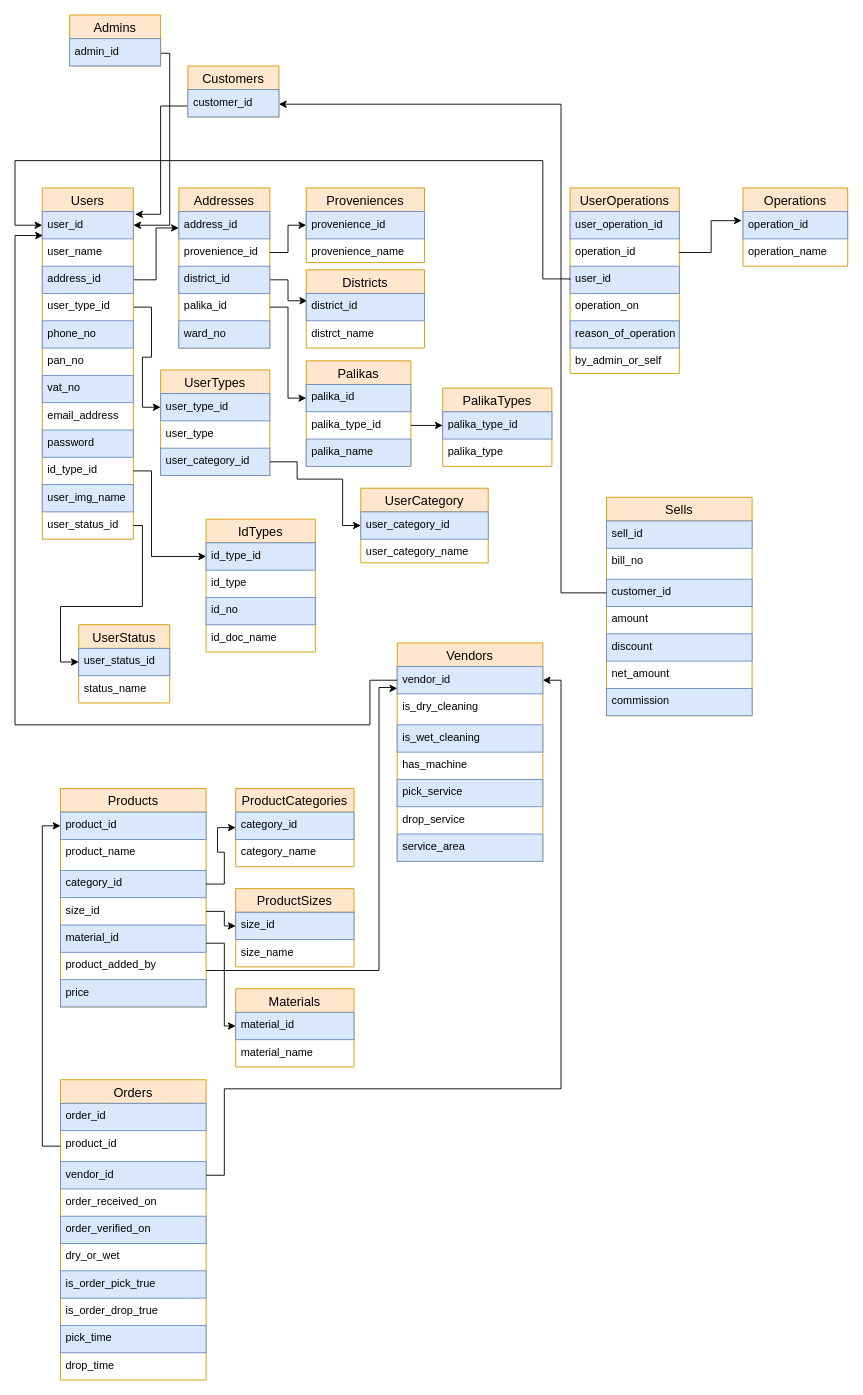
mebpin/Diagrams keeps this draw.io diagram as schema_CleanClean.drawio. Above is the earlier version. Source tidied: cells renumbered, new cells numbered last; positions are measured from the earlier drawing's top-left corner, leaving out a move shared by most shapes. Both pictures are drawn from the tidied source at 91%, with x=0, y=0 at pixel (15, 15).
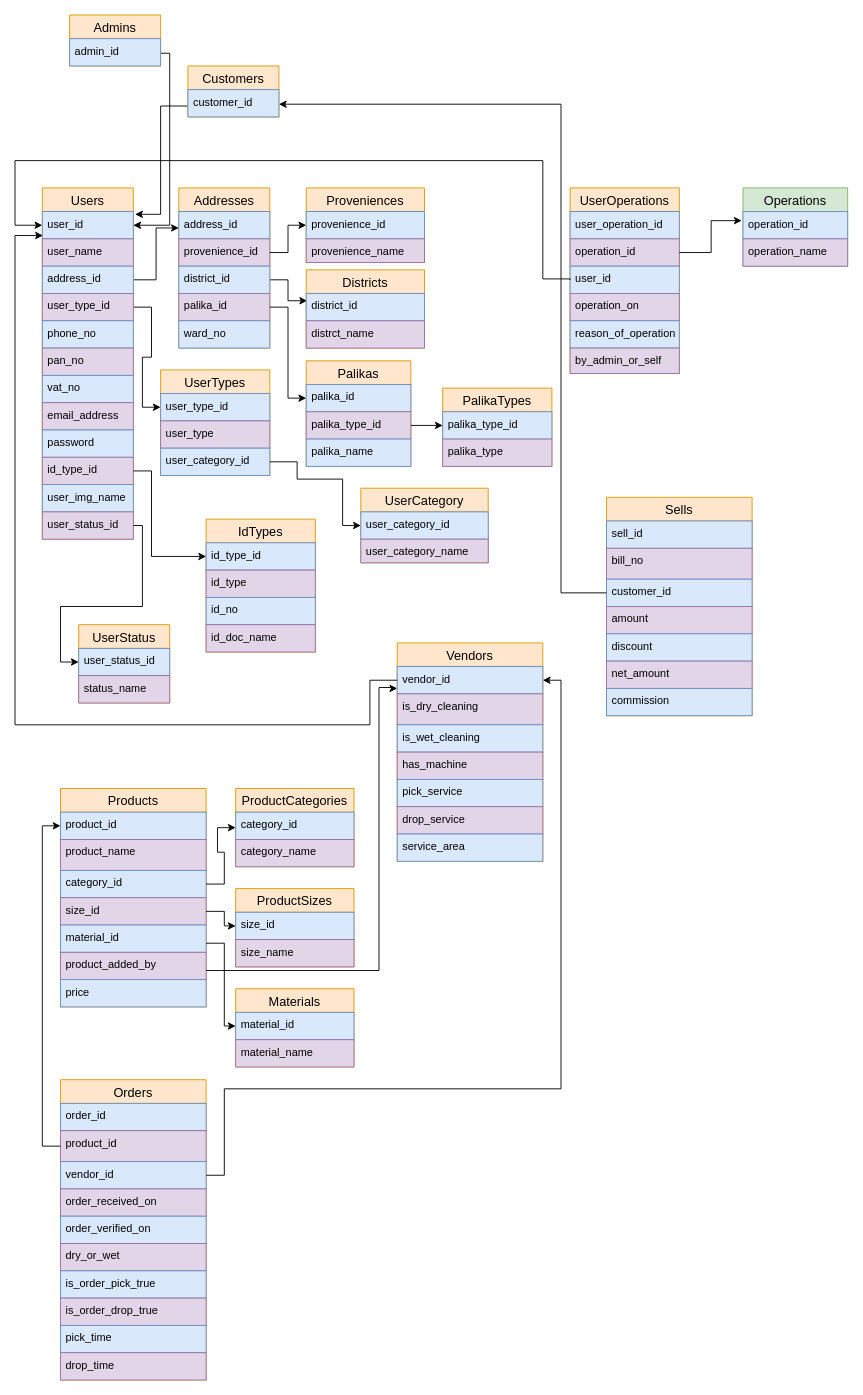
After the change.

Unchanged cells that the change refers to:
```xml
<mxCell id="4" value="Users" style="swimlane;fontStyle=0;horizontal=1;startSize=26;align=center;fontSize=14;fillColor=#ffe6cc;strokeColor=#d79b00;" parent="1" vertex="1">
  <mxGeometry x="30" y="190" width="100" height="386" as="geometry" />
</mxCell>
<mxCell id="17" value="UserTypes" style="swimlane;fontStyle=0;horizontal=1;startSize=26;align=center;fontSize=14;fillColor=#ffe6cc;strokeColor=#d79b00;" parent="1" vertex="1">
  <mxGeometry x="160" y="390" width="120" height="116" as="geometry" />
</mxCell>
<mxCell id="22" value="Addresses" style="swimlane;fontStyle=0;horizontal=1;startSize=26;align=center;fontSize=14;fillColor=#ffe6cc;strokeColor=#d79b00;" parent="1" vertex="1">
  <mxGeometry x="180" y="190" width="100" height="176" as="geometry" />
</mxCell>
<mxCell id="28" value="Palikas" style="swimlane;fontStyle=0;horizontal=1;startSize=26;align=center;fontSize=14;fillColor=#ffe6cc;strokeColor=#d79b00;" parent="1" vertex="1">
  <mxGeometry x="320" y="380" width="115" height="116" as="geometry" />
</mxCell>
<mxCell id="33" value="Districts" style="swimlane;fontStyle=0;horizontal=1;startSize=26;align=center;fontSize=14;fillColor=#ffe6cc;strokeColor=#d79b00;" parent="1" vertex="1">
  <mxGeometry x="320" y="280" width="130" height="86" as="geometry" />
</mxCell>
<mxCell id="36" value="Proveniences" style="swimlane;fontStyle=0;horizontal=1;startSize=26;align=center;fontSize=14;fillColor=#ffe6cc;strokeColor=#d79b00;" parent="1" vertex="1">
  <mxGeometry x="320" y="190" width="130" height="82" as="geometry" />
</mxCell>
<mxCell id="40" value="IdTypes" style="swimlane;fontStyle=0;horizontal=1;startSize=26;align=center;fontSize=14;fillColor=#ffe6cc;strokeColor=#d79b00;" parent="1" vertex="1">
  <mxGeometry x="210" y="554" width="120" height="146" as="geometry" />
</mxCell>
<mxCell id="45" value="PalikaTypes" style="swimlane;fontStyle=0;horizontal=1;startSize=26;align=center;fontSize=14;fillColor=#ffe6cc;strokeColor=#d79b00;" parent="1" vertex="1">
  <mxGeometry x="470" y="410" width="120" height="86" as="geometry" />
</mxCell>
<mxCell id="48" value="UserOperations" style="swimlane;fontStyle=0;horizontal=1;startSize=26;align=center;fontSize=14;fillColor=#ffe6cc;strokeColor=#d79b00;" parent="1" vertex="1">
  <mxGeometry x="610" y="190" width="120" height="204" as="geometry" />
</mxCell>
<mxCell id="55" value="UserStatus" style="swimlane;fontStyle=0;horizontal=1;startSize=26;align=center;fontSize=14;fillColor=#ffe6cc;strokeColor=#d79b00;" parent="1" vertex="1">
  <mxGeometry x="70" y="670" width="100" height="86" as="geometry" />
</mxCell>
<mxCell id="60" value="UserCategory" style="swimlane;fontStyle=0;horizontal=1;startSize=26;align=center;fontSize=14;fillColor=#ffe6cc;strokeColor=#d79b00;" parent="1" vertex="1">
  <mxGeometry x="380" y="520" width="140" height="82" as="geometry" />
</mxCell>
<mxCell id="67" value="Vendors" style="swimlane;fontStyle=0;horizontal=1;startSize=26;align=center;fontSize=14;fillColor=#ffe6cc;strokeColor=#d79b00;" parent="1" vertex="1">
  <mxGeometry x="420" y="690" width="160" height="240" as="geometry" />
</mxCell>
<mxCell id="80" value="Products" style="swimlane;fontStyle=0;horizontal=1;startSize=26;align=center;fontSize=14;fillColor=#ffe6cc;strokeColor=#d79b00;" parent="1" vertex="1">
  <mxGeometry x="50" y="850" width="160" height="240" as="geometry" />
</mxCell>
<mxCell id="88" value="ProductSizes" style="swimlane;fontStyle=0;horizontal=1;startSize=26;align=center;fontSize=14;fillColor=#ffe6cc;strokeColor=#d79b00;" parent="1" vertex="1">
  <mxGeometry x="242.5" y="960" width="130" height="86" as="geometry" />
</mxCell>
<mxCell id="91" value="ProductCategories" style="swimlane;fontStyle=0;horizontal=1;startSize=26;align=center;fontSize=14;fillColor=#ffe6cc;strokeColor=#d79b00;" parent="1" vertex="1">
  <mxGeometry x="242.5" y="850" width="130" height="86" as="geometry" />
</mxCell>
<mxCell id="96" value="Materials" style="swimlane;fontStyle=0;horizontal=1;startSize=26;align=center;fontSize=14;fillColor=#ffe6cc;strokeColor=#d79b00;" parent="1" vertex="1">
  <mxGeometry x="242.5" y="1070" width="130" height="86" as="geometry" />
</mxCell>
<mxCell id="101" value="Orders" style="swimlane;fontStyle=0;horizontal=1;startSize=26;align=center;fontSize=14;fillColor=#ffe6cc;strokeColor=#d79b00;" parent="1" vertex="1">
  <mxGeometry x="50" y="1170" width="160" height="330" as="geometry" />
</mxCell>
<mxCell id="120" value="Sells" style="swimlane;fontStyle=0;horizontal=1;startSize=26;align=center;fontSize=14;fillColor=#ffe6cc;strokeColor=#d79b00;" parent="1" vertex="1">
  <mxGeometry x="650" y="530" width="160" height="240" as="geometry" />
</mxCell>
```

What changed in the source:
```diff
@@
-    <mxCell id="6" value="user_name" style="text;spacingLeft=4;spacingRight=4;overflow=hidden;fontSize=12;fillStyle=auto;" parent="4" vertex="1">
+    <mxCell id="6" value="user_name" style="text;spacingLeft=4;spacingRight=4;overflow=hidden;fontSize=12;fillStyle=auto;fillColor=#e1d5e7;strokeColor=#9673a6;" parent="4" vertex="1">
       <mxGeometry y="56" width="100" height="30" as="geometry" />
     </mxCell>
@@
-    <mxCell id="8" value="user_type_id" style="text;strokeColor=none;fillColor=none;spacingLeft=4;spacingRight=4;overflow=hidden;points=[[0,0.5],[1,0.5]];portConstraint=eastwest;fontSize=12;" parent="4" vertex="1">
+    <mxCell id="8" value="user_type_id" style="text;strokeColor=#9673a6;fillColor=#e1d5e7;spacingLeft=4;spacingRight=4;overflow=hidden;points=[[0,0.5],[1,0.5]];portConstraint=eastwest;fontSize=12;" parent="4" vertex="1">
       <mxGeometry y="116" width="100" height="30" as="geometry" />
     </mxCell>
@@
-    <mxCell id="10" value="pan_no" style="text;spacingLeft=4;spacingRight=4;overflow=hidden;fontSize=12;" parent="4" vertex="1">
+    <mxCell id="10" value="pan_no" style="text;spacingLeft=4;spacingRight=4;overflow=hidden;fontSize=12;fillColor=#e1d5e7;strokeColor=#9673a6;" parent="4" vertex="1">
       <mxGeometry y="176" width="100" height="30" as="geometry" />
     </mxCell>
@@
-    <mxCell id="12" value="email_address" style="text;spacingLeft=4;spacingRight=4;overflow=hidden;fontSize=12;" parent="4" vertex="1">
+    <mxCell id="12" value="email_address" style="text;spacingLeft=4;spacingRight=4;overflow=hidden;fontSize=12;fillColor=#e1d5e7;strokeColor=#9673a6;" parent="4" vertex="1">
       <mxGeometry y="236" width="100" height="30" as="geometry" />
     </mxCell>
@@
-    <mxCell id="14" value="id_type_id" style="text;spacingLeft=4;spacingRight=4;overflow=hidden;points=[[0,0.5],[1,0.5]];portConstraint=eastwest;fontSize=12;" parent="4" vertex="1">
+    <mxCell id="14" value="id_type_id" style="text;spacingLeft=4;spacingRight=4;overflow=hidden;points=[[0,0.5],[1,0.5]];portConstraint=eastwest;fontSize=12;fillColor=#e1d5e7;strokeColor=#9673a6;" parent="4" vertex="1">
       <mxGeometry y="296" width="100" height="30" as="geometry" />
     </mxCell>
@@
-    <mxCell id="16" value="user_status_id" style="text;spacingLeft=4;spacingRight=4;overflow=hidden;points=[[0,0.5],[1,0.5]];portConstraint=eastwest;fontSize=12;" parent="4" vertex="1">
+    <mxCell id="16" value="user_status_id" style="text;spacingLeft=4;spacingRight=4;overflow=hidden;points=[[0,0.5],[1,0.5]];portConstraint=eastwest;fontSize=12;fillColor=#e1d5e7;strokeColor=#9673a6;" parent="4" vertex="1">
       <mxGeometry y="356" width="100" height="30" as="geometry" />
     </mxCell>
@@
-    <mxCell id="19" value="user_type" style="text;strokeColor=none;fillColor=none;spacingLeft=4;spacingRight=4;overflow=hidden;fontSize=12;" parent="17" vertex="1">
+    <mxCell id="19" value="user_type" style="text;strokeColor=#9673a6;fillColor=#e1d5e7;spacingLeft=4;spacingRight=4;overflow=hidden;fontSize=12;" parent="17" vertex="1">
       <mxGeometry y="56" width="120" height="30" as="geometry" />
     </mxCell>
@@
-    <mxCell id="24" value="provenience_id" style="text;strokeColor=none;fillColor=none;spacingLeft=4;spacingRight=4;overflow=hidden;points=[[0,0.5],[1,0.5]];portConstraint=eastwest;fontSize=12;" parent="22" vertex="1">
+    <mxCell id="24" value="provenience_id" style="text;strokeColor=#9673a6;fillColor=#e1d5e7;spacingLeft=4;spacingRight=4;overflow=hidden;points=[[0,0.5],[1,0.5]];portConstraint=eastwest;fontSize=12;" parent="22" vertex="1">
       <mxGeometry y="56" width="100" height="30" as="geometry" />
     </mxCell>
@@
-    <mxCell id="26" value="palika_id" style="text;spacingLeft=4;spacingRight=4;overflow=hidden;points=[[0,0.5],[1,0.5]];portConstraint=eastwest;fontSize=12;" parent="22" vertex="1">
+    <mxCell id="26" value="palika_id" style="text;spacingLeft=4;spacingRight=4;overflow=hidden;points=[[0,0.5],[1,0.5]];portConstraint=eastwest;fontSize=12;fillColor=#e1d5e7;strokeColor=#9673a6;" parent="22" vertex="1">
       <mxGeometry y="116" width="100" height="30" as="geometry" />
     </mxCell>
@@
-    <mxCell id="30" value="palika_type_id" style="text;strokeColor=none;fillColor=none;spacingLeft=4;spacingRight=4;overflow=hidden;points=[[0,0.5],[1,0.5]];portConstraint=eastwest;fontSize=12;" parent="28" vertex="1">
+    <mxCell id="30" value="palika_type_id" style="text;strokeColor=#9673a6;fillColor=#e1d5e7;spacingLeft=4;spacingRight=4;overflow=hidden;points=[[0,0.5],[1,0.5]];portConstraint=eastwest;fontSize=12;" parent="28" vertex="1">
       <mxGeometry y="56" width="115" height="30" as="geometry" />
     </mxCell>
@@
-    <mxCell id="35" value="distrct_name" style="text;strokeColor=none;fillColor=none;spacingLeft=4;spacingRight=4;overflow=hidden;fontSize=12;" parent="33" vertex="1">
+    <mxCell id="35" value="distrct_name" style="text;strokeColor=#9673a6;fillColor=#e1d5e7;spacingLeft=4;spacingRight=4;overflow=hidden;fontSize=12;" parent="33" vertex="1">
       <mxGeometry y="56" width="130" height="30" as="geometry" />
     </mxCell>
@@
-    <mxCell id="38" value="provenience_name" style="text;strokeColor=none;fillColor=none;spacingLeft=4;spacingRight=4;overflow=hidden;fontSize=12;" parent="36" vertex="1">
+    <mxCell id="38" value="provenience_name" style="text;strokeColor=#9673a6;fillColor=#e1d5e7;spacingLeft=4;spacingRight=4;overflow=hidden;fontSize=12;" parent="36" vertex="1">
       <mxGeometry y="56" width="130" height="26" as="geometry" />
     </mxCell>
@@
-    <mxCell id="42" value="id_type" style="text;strokeColor=none;fillColor=none;spacingLeft=4;spacingRight=4;overflow=hidden;fontSize=12;" parent="40" vertex="1">
+    <mxCell id="42" value="id_type" style="text;strokeColor=#9673a6;fillColor=#e1d5e7;spacingLeft=4;spacingRight=4;overflow=hidden;fontSize=12;" parent="40" vertex="1">
       <mxGeometry y="56" width="120" height="30" as="geometry" />
     </mxCell>
@@
-    <mxCell id="44" value="id_doc_name" style="text;spacingLeft=4;spacingRight=4;overflow=hidden;fontSize=12;" parent="40" vertex="1">
+    <mxCell id="44" value="id_doc_name" style="text;spacingLeft=4;spacingRight=4;overflow=hidden;fontSize=12;fillColor=#e1d5e7;strokeColor=#9673a6;" parent="40" vertex="1">
       <mxGeometry y="116" width="120" height="30" as="geometry" />
     </mxCell>
@@
-    <mxCell id="47" value="palika_type" style="text;strokeColor=none;fillColor=none;spacingLeft=4;spacingRight=4;overflow=hidden;fontSize=12;" parent="45" vertex="1">
+    <mxCell id="47" value="palika_type" style="text;strokeColor=#9673a6;fillColor=#e1d5e7;spacingLeft=4;spacingRight=4;overflow=hidden;fontSize=12;" parent="45" vertex="1">
       <mxGeometry y="56" width="120" height="30" as="geometry" />
     </mxCell>
@@
-    <mxCell id="50" value="operation_id" style="text;strokeColor=none;fillColor=none;spacingLeft=4;spacingRight=4;overflow=hidden;points=[[0,0.5],[1,0.5]];portConstraint=eastwest;fontSize=12;" parent="48" vertex="1">
+    <mxCell id="50" value="operation_id" style="text;strokeColor=#9673a6;fillColor=#e1d5e7;spacingLeft=4;spacingRight=4;overflow=hidden;points=[[0,0.5],[1,0.5]];portConstraint=eastwest;fontSize=12;" parent="48" vertex="1">
       <mxGeometry y="56" width="120" height="30" as="geometry" />
     </mxCell>
@@
-    <mxCell id="52" value="operation_on" style="text;spacingLeft=4;spacingRight=4;overflow=hidden;fontSize=12;" parent="48" vertex="1">
+    <mxCell id="52" value="operation_on" style="text;spacingLeft=4;spacingRight=4;overflow=hidden;fontSize=12;fillColor=#e1d5e7;strokeColor=#9673a6;" parent="48" vertex="1">
       <mxGeometry y="116" width="120" height="30" as="geometry" />
     </mxCell>
@@
-    <mxCell id="54" value="by_admin_or_self" style="text;spacingLeft=4;spacingRight=4;overflow=hidden;fontSize=12;" parent="48" vertex="1">
+    <mxCell id="54" value="by_admin_or_self" style="text;spacingLeft=4;spacingRight=4;overflow=hidden;fontSize=12;fillColor=#e1d5e7;strokeColor=#9673a6;" parent="48" vertex="1">
       <mxGeometry y="176" width="120" height="28" as="geometry" />
     </mxCell>
@@
-    <mxCell id="57" value="status_name" style="text;strokeColor=none;fillColor=none;spacingLeft=4;spacingRight=4;overflow=hidden;fontSize=12;" parent="55" vertex="1">
+    <mxCell id="57" value="status_name" style="text;strokeColor=#9673a6;fillColor=#e1d5e7;spacingLeft=4;spacingRight=4;overflow=hidden;fontSize=12;" parent="55" vertex="1">
       <mxGeometry y="56" width="100" height="30" as="geometry" />
     </mxCell>
@@
-    <mxCell id="63" value="user_category_name" style="text;strokeColor=none;fillColor=none;spacingLeft=4;spacingRight=4;overflow=hidden;fontSize=12;" parent="60" vertex="1">
+    <mxCell id="63" value="user_category_name" style="text;strokeColor=#9673a6;fillColor=#e1d5e7;spacingLeft=4;spacingRight=4;overflow=hidden;fontSize=12;" parent="60" vertex="1">
       <mxGeometry y="56" width="140" height="26" as="geometry" />
     </mxCell>
@@
-    <mxCell id="69" value="is_dry_cleaning" style="text;strokeColor=none;fillColor=none;spacingLeft=4;spacingRight=4;overflow=hidden;fontSize=12;" parent="67" vertex="1">
+    <mxCell id="69" value="is_dry_cleaning" style="text;strokeColor=#9673a6;fillColor=#e1d5e7;spacingLeft=4;spacingRight=4;overflow=hidden;fontSize=12;" parent="67" vertex="1">
       <mxGeometry y="56" width="160" height="34" as="geometry" />
     </mxCell>
@@
-    <mxCell id="71" value="has_machine" style="text;strokeColor=none;fillColor=none;spacingLeft=4;spacingRight=4;overflow=hidden;fontSize=12;" parent="67" vertex="1">
+    <mxCell id="71" value="has_machine" style="text;strokeColor=#9673a6;fillColor=#e1d5e7;spacingLeft=4;spacingRight=4;overflow=hidden;fontSize=12;" parent="67" vertex="1">
       <mxGeometry y="120" width="160" height="30" as="geometry" />
     </mxCell>
@@
-    <mxCell id="73" value="drop_service" style="text;strokeColor=none;fillColor=none;spacingLeft=4;spacingRight=4;overflow=hidden;fontSize=12;" parent="67" vertex="1">
+    <mxCell id="73" value="drop_service" style="text;strokeColor=#9673a6;fillColor=#e1d5e7;spacingLeft=4;spacingRight=4;overflow=hidden;fontSize=12;" parent="67" vertex="1">
       <mxGeometry y="180" width="160" height="30" as="geometry" />
     </mxCell>
@@
-    <mxCell id="76" value="Operations" style="swimlane;fontStyle=0;horizontal=1;startSize=26;align=center;fontSize=14;fillColor=#ffe6cc;strokeColor=#d79b00;" parent="1" vertex="1">
+    <mxCell id="76" value="Operations" style="swimlane;fontStyle=0;horizontal=1;startSize=26;align=center;fontSize=14;fillColor=#d5e8d4;strokeColor=#82b366;" parent="1" vertex="1">
       <mxGeometry x="800" y="190" width="115" height="86" as="geometry" />
     </mxCell>
@@
-    <mxCell id="78" value="operation_name" style="text;strokeColor=none;fillColor=none;spacingLeft=4;spacingRight=4;overflow=hidden;fontSize=12;" parent="76" vertex="1">
+    <mxCell id="78" value="operation_name" style="text;strokeColor=#9673a6;fillColor=#e1d5e7;spacingLeft=4;spacingRight=4;overflow=hidden;fontSize=12;" parent="76" vertex="1">
       <mxGeometry y="56" width="115" height="30" as="geometry" />
     </mxCell>
@@
-    <mxCell id="82" value="product_name" style="text;strokeColor=none;fillColor=none;spacingLeft=4;spacingRight=4;overflow=hidden;fontSize=12;" parent="80" vertex="1">
+    <mxCell id="82" value="product_name" style="text;strokeColor=#9673a6;fillColor=#e1d5e7;spacingLeft=4;spacingRight=4;overflow=hidden;fontSize=12;" parent="80" vertex="1">
       <mxGeometry y="56" width="160" height="34" as="geometry" />
     </mxCell>
@@
-    <mxCell id="84" value="size_id" style="text;strokeColor=none;fillColor=none;spacingLeft=4;spacingRight=4;overflow=hidden;points=[[0,0.5],[1,0.5]];portConstraint=eastwest;fontSize=12;" parent="80" vertex="1">
+    <mxCell id="84" value="size_id" style="text;strokeColor=#9673a6;fillColor=#e1d5e7;spacingLeft=4;spacingRight=4;overflow=hidden;points=[[0,0.5],[1,0.5]];portConstraint=eastwest;fontSize=12;" parent="80" vertex="1">
       <mxGeometry y="120" width="160" height="30" as="geometry" />
     </mxCell>
@@
-    <mxCell id="86" value="product_added_by" style="text;strokeColor=none;fillColor=none;spacingLeft=4;spacingRight=4;overflow=hidden;points=[[0,0.5],[1,0.5]];portConstraint=eastwest;fontSize=12;" parent="80" vertex="1">
+    <mxCell id="86" value="product_added_by" style="text;strokeColor=#9673a6;fillColor=#e1d5e7;spacingLeft=4;spacingRight=4;overflow=hidden;points=[[0,0.5],[1,0.5]];portConstraint=eastwest;fontSize=12;" parent="80" vertex="1">
       <mxGeometry y="180" width="160" height="30" as="geometry" />
     </mxCell>
@@
-    <mxCell id="90" value="size_name" style="text;strokeColor=none;fillColor=none;spacingLeft=4;spacingRight=4;overflow=hidden;fontSize=12;" parent="88" vertex="1">
+    <mxCell id="90" value="size_name" style="text;strokeColor=#9673a6;fillColor=#e1d5e7;spacingLeft=4;spacingRight=4;overflow=hidden;fontSize=12;" parent="88" vertex="1">
       <mxGeometry y="56" width="130" height="30" as="geometry" />
     </mxCell>
@@
-    <mxCell id="93" value="category_name" style="text;strokeColor=none;fillColor=none;spacingLeft=4;spacingRight=4;overflow=hidden;fontSize=12;" parent="91" vertex="1">
+    <mxCell id="93" value="category_name" style="text;strokeColor=#9673a6;fillColor=#e1d5e7;spacingLeft=4;spacingRight=4;overflow=hidden;fontSize=12;" parent="91" vertex="1">
       <mxGeometry y="56" width="130" height="30" as="geometry" />
     </mxCell>
@@
-    <mxCell id="98" value="material_name" style="text;strokeColor=none;fillColor=none;spacingLeft=4;spacingRight=4;overflow=hidden;fontSize=12;" parent="96" vertex="1">
+    <mxCell id="98" value="material_name" style="text;strokeColor=#9673a6;fillColor=#e1d5e7;spacingLeft=4;spacingRight=4;overflow=hidden;fontSize=12;" parent="96" vertex="1">
       <mxGeometry y="56" width="130" height="30" as="geometry" />
     </mxCell>
@@
-    <mxCell id="103" value="product_id" style="text;strokeColor=none;fillColor=none;spacingLeft=4;spacingRight=4;overflow=hidden;points=[[0,0.5],[1,0.5]];portConstraint=eastwest;fontSize=12;" parent="101" vertex="1">
+    <mxCell id="103" value="product_id" style="text;strokeColor=#9673a6;fillColor=#e1d5e7;spacingLeft=4;spacingRight=4;overflow=hidden;points=[[0,0.5],[1,0.5]];portConstraint=eastwest;fontSize=12;" parent="101" vertex="1">
       <mxGeometry y="56" width="160" height="34" as="geometry" />
     </mxCell>
@@
-    <mxCell id="105" value="order_received_on" style="text;strokeColor=none;fillColor=none;spacingLeft=4;spacingRight=4;overflow=hidden;fontSize=12;" parent="101" vertex="1">
+    <mxCell id="105" value="order_received_on" style="text;strokeColor=#9673a6;fillColor=#e1d5e7;spacingLeft=4;spacingRight=4;overflow=hidden;fontSize=12;" parent="101" vertex="1">
       <mxGeometry y="120" width="160" height="30" as="geometry" />
     </mxCell>
@@
-    <mxCell id="107" value="dry_or_wet" style="text;strokeColor=none;fillColor=none;spacingLeft=4;spacingRight=4;overflow=hidden;fontSize=12;" parent="101" vertex="1">
+    <mxCell id="107" value="dry_or_wet" style="text;strokeColor=#9673a6;fillColor=#e1d5e7;spacingLeft=4;spacingRight=4;overflow=hidden;fontSize=12;" parent="101" vertex="1">
       <mxGeometry y="180" width="160" height="30" as="geometry" />
     </mxCell>
@@
-    <mxCell id="109" value="is_order_drop_true" style="text;spacingLeft=4;spacingRight=4;overflow=hidden;fontSize=12;" parent="101" vertex="1">
+    <mxCell id="109" value="is_order_drop_true" style="text;spacingLeft=4;spacingRight=4;overflow=hidden;fontSize=12;fillColor=#e1d5e7;strokeColor=#9673a6;" parent="101" vertex="1">
       <mxGeometry y="240" width="160" height="30" as="geometry" />
     </mxCell>
@@
-    <mxCell id="111" value="drop_time" style="text;spacingLeft=4;spacingRight=4;overflow=hidden;fontSize=12;" parent="101" vertex="1">
+    <mxCell id="111" value="drop_time" style="text;spacingLeft=4;spacingRight=4;overflow=hidden;fontSize=12;fillColor=#e1d5e7;strokeColor=#9673a6;" parent="101" vertex="1">
       <mxGeometry y="300" width="160" height="30" as="geometry" />
     </mxCell>
@@
-    <mxCell id="122" value="bill_no" style="text;strokeColor=none;fillColor=none;spacingLeft=4;spacingRight=4;overflow=hidden;fontSize=12;" parent="120" vertex="1">
+    <mxCell id="122" value="bill_no" style="text;strokeColor=#9673a6;fillColor=#e1d5e7;spacingLeft=4;spacingRight=4;overflow=hidden;fontSize=12;" parent="120" vertex="1">
       <mxGeometry y="56" width="160" height="34" as="geometry" />
     </mxCell>
@@
-    <mxCell id="124" value="amount" style="text;strokeColor=none;fillColor=none;spacingLeft=4;spacingRight=4;overflow=hidden;fontSize=12;" parent="120" vertex="1">
+    <mxCell id="124" value="amount" style="text;strokeColor=#9673a6;fillColor=#e1d5e7;spacingLeft=4;spacingRight=4;overflow=hidden;fontSize=12;" parent="120" vertex="1">
       <mxGeometry y="120" width="160" height="30" as="geometry" />
     </mxCell>
@@
-    <mxCell id="126" value="net_amount" style="text;strokeColor=none;fillColor=none;spacingLeft=4;spacingRight=4;overflow=hidden;fontSize=12;" parent="120" vertex="1">
+    <mxCell id="126" value="net_amount" style="text;strokeColor=#9673a6;fillColor=#e1d5e7;spacingLeft=4;spacingRight=4;overflow=hidden;fontSize=12;" parent="120" vertex="1">
       <mxGeometry y="180" width="160" height="30" as="geometry" />
     </mxCell>
```
